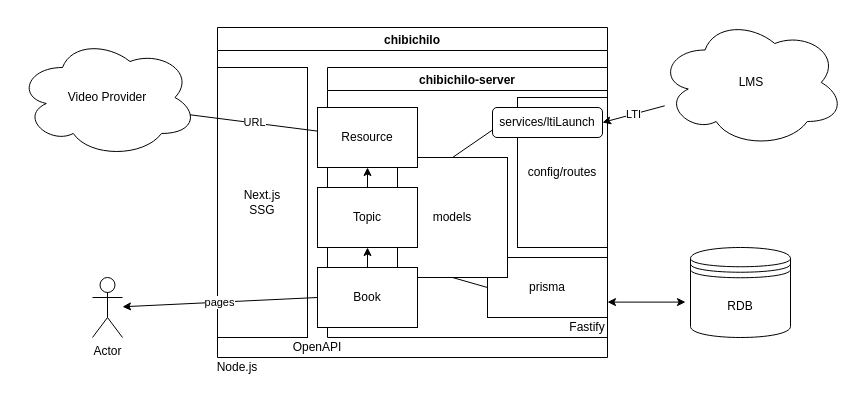
Earlier version of the draw.io diagram docs/assets/arch.drawio (npocccties/chibichilo). Source tidied: cells renumbered, new cells numbered last; positions are measured from the earlier drawing's top-left corner, leaving out a move shared by most shapes. Both pictures are drawn from the tidied source at 100%, with x=0, y=0 at pixel (17, 17).
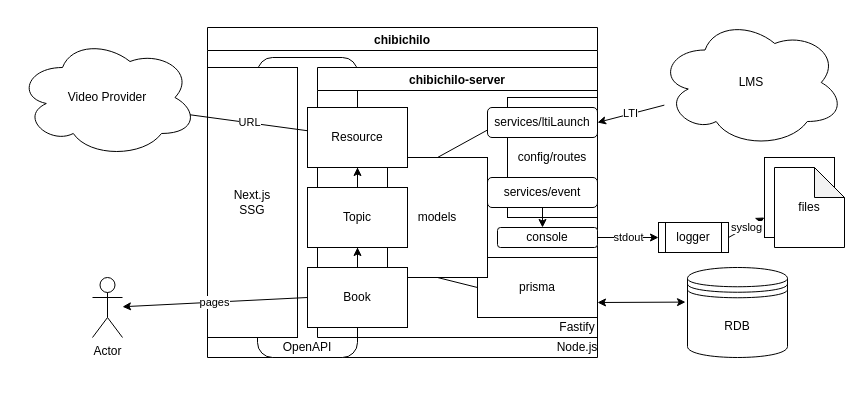
The same page after the edit.

Commit message (it also covers changes not shown here):
docs: 構成図にログ出力機構の追加

The change refers to these unchanged cells:
```xml
<mxCell id="5" value="chibichilo-server" style="swimlane;" parent="3" vertex="1">
  <mxGeometry x="110" y="40" width="280" height="270" as="geometry" />
</mxCell>
<mxCell id="7" value="prisma" style="rounded=0;whiteSpace=wrap;html=1;" parent="5" vertex="1">
  <mxGeometry x="160" y="190" width="120" height="60" as="geometry" />
</mxCell>
```

The edit, as a diff of the source:
```diff
@@
     <mxCell id="2" value="RDB" style="shape=datastore;whiteSpace=wrap;html=1;" parent="1" vertex="1">
-      <mxGeometry x="673" y="230" width="100" height="90" as="geometry" />
+      <mxGeometry x="670" y="250" width="100" height="90" as="geometry" />
     </mxCell>
     <mxCell id="3" value="chibichilo" style="swimlane;" parent="1" vertex="1">
-      <mxGeometry x="200" y="10" width="390" height="330" as="geometry" />
+      <mxGeometry x="190" y="10" width="390" height="330" as="geometry" />
     </mxCell>
+    <mxCell id="27" style="rounded=1;whiteSpace=wrap;html=1;" parent="3" vertex="1">
+      <mxGeometry x="50" y="30" width="100" height="300" as="geometry" />
+    </mxCell>
+    <mxCell id="18" value="OpenAPI" style="text;html=1;strokeColor=none;fillColor=none;align=center;verticalAlign=middle;whiteSpace=wrap;rounded=0;" parent="3" vertex="1">
+      <mxGeometry x="80" y="310" width="40" height="20" as="geometry" />
+    </mxCell>
+    <mxCell id="22" value="Node.js" style="text;html=1;strokeColor=none;fillColor=none;align=center;verticalAlign=middle;whiteSpace=wrap;rounded=0;" parent="3" vertex="1">
+      <mxGeometry x="350" y="310" width="40" height="20" as="geometry" />
+    </mxCell>
@@
     <mxCell id="6" value="config/routes" style="rounded=0;whiteSpace=wrap;html=1;" parent="5" vertex="1">
-      <mxGeometry x="190" y="30" width="90" height="150" as="geometry" />
+      <mxGeometry x="190" y="30" width="90" height="120" as="geometry" />
     </mxCell>
@@
-    <mxCell id="8" value="models" style="rounded=0;whiteSpace=wrap;html=1;" parent="5" vertex="1">
-      <mxGeometry x="70" y="90" width="110" height="120" as="geometry" />
-    </mxCell>
     <mxCell id="9" value="services/ltiLaunch" style="rounded=1;whiteSpace=wrap;html=1;" parent="5" vertex="1">
-      <mxGeometry x="165" y="40" width="110" height="30" as="geometry" />
+      <mxGeometry x="170" y="40" width="110" height="30" as="geometry" />
     </mxCell>
@@
-    <mxCell id="11" value="Resource" style="rounded=0;whiteSpace=wrap;html=1;" parent="5" vertex="1">
-      <mxGeometry x="-10" y="40" width="100" height="60" as="geometry" />
-    </mxCell>
@@
-    <mxCell id="13" value="Topic" style="rounded=0;whiteSpace=wrap;html=1;" parent="5" vertex="1">
-      <mxGeometry x="-10" y="120" width="100" height="60" as="geometry" />
-    </mxCell>
@@
-    <mxCell id="15" value="Book" style="rounded=0;whiteSpace=wrap;html=1;" parent="5" vertex="1">
-      <mxGeometry x="-10" y="200" width="100" height="60" as="geometry" />
-    </mxCell>
@@
-    <mxCell id="18" value="OpenAPI" style="text;html=1;strokeColor=none;fillColor=none;align=center;verticalAlign=middle;whiteSpace=wrap;rounded=0;" parent="3" vertex="1">
-      <mxGeometry x="80" y="310" width="40" height="20" as="geometry" />
-    </mxCell>
+    <mxCell id="28" value="console" style="rounded=1;whiteSpace=wrap;html=1;" parent="5" vertex="1">
+      <mxGeometry x="180" y="160" width="100" height="20" as="geometry" />
+    </mxCell>
+    <mxCell id="29" value="services/event" style="rounded=1;whiteSpace=wrap;html=1;" parent="5" vertex="1">
+      <mxGeometry x="170" y="110" width="110" height="30" as="geometry" />
+    </mxCell>
+    <mxCell id="8" value="models" style="rounded=0;whiteSpace=wrap;html=1;" parent="5" vertex="1">
+      <mxGeometry x="70" y="90" width="100" height="120" as="geometry" />
+    </mxCell>
+    <mxCell id="11" value="Resource" style="rounded=0;whiteSpace=wrap;html=1;" parent="5" vertex="1">
+      <mxGeometry x="-10" y="40" width="100" height="60" as="geometry" />
+    </mxCell>
+    <mxCell id="13" value="Topic" style="rounded=0;whiteSpace=wrap;html=1;" parent="5" vertex="1">
+      <mxGeometry x="-10" y="120" width="100" height="60" as="geometry" />
+    </mxCell>
+    <mxCell id="15" value="Book" style="rounded=0;whiteSpace=wrap;html=1;" parent="5" vertex="1">
+      <mxGeometry x="-10" y="200" width="100" height="60" as="geometry" />
+    </mxCell>
+    <mxCell id="30" style="endArrow=classic;html=1;entryX=0.45;entryY=0;entryDx=0;entryDy=0;entryPerimeter=0;" parent="5" edge="1" source="29" target="28">
+      <mxGeometry relative="1" as="geometry" />
+    </mxCell>
@@
-    <mxCell id="20" style="endArrow=classic;startArrow=classic;html=1;" parent="1" edge="1">
+    <mxCell id="20" style="endArrow=classic;startArrow=classic;html=1;exitX=1;exitY=0.75;exitDx=0;exitDy=0;" parent="1" edge="1" source="7">
       <mxGeometry relative="1" as="geometry">
-        <mxPoint x="590" y="284.6" as="sourcePoint" />
         <mxPoint x="668" y="284.6" as="targetPoint" />
       </mxGeometry>
     </mxCell>
@@
-    <mxCell id="22" value="Node.js" style="text;html=1;strokeColor=none;fillColor=none;align=center;verticalAlign=middle;whiteSpace=wrap;rounded=0;" parent="1" vertex="1">
-      <mxGeometry x="200" y="340" width="40" height="20" as="geometry" />
-    </mxCell>
@@
+    <mxCell id="31" style="group;" parent="1" vertex="1">
+      <mxGeometry x="747" y="140" width="80" height="90" as="geometry" />
+    </mxCell>
+    <mxCell id="32" style="rounded=0;whiteSpace=wrap;html=1;" parent="31" vertex="1">
+      <mxGeometry width="70" height="80" as="geometry" />
+    </mxCell>
+    <mxCell id="33" value="files" style="shape=note;whiteSpace=wrap;html=1;backgroundOutline=1;darkOpacity=0.05;" parent="31" vertex="1">
+      <mxGeometry x="10" y="10" width="70" height="80" as="geometry" />
+    </mxCell>
+    <mxCell id="34" value="logger" style="shape=process;whiteSpace=wrap;html=1;backgroundOutline=1;" parent="1" vertex="1">
+      <mxGeometry x="641" y="205" width="70" height="30" as="geometry" />
+    </mxCell>
+    <mxCell id="35" value="stdout" style="endArrow=classic;html=1;entryX=0;entryY=0.5;entryDx=0;entryDy=0;" parent="1" edge="1" source="28" target="34">
+      <mxGeometry relative="1" as="geometry" />
+    </mxCell>
+    <mxCell id="36" value="syslog" style="endArrow=classic;html=1;exitX=1;exitY=0.5;exitDx=0;exitDy=0;entryX=0;entryY=0.75;entryDx=0;entryDy=0;" parent="1" edge="1" source="34" target="32">
+      <mxGeometry relative="1" as="geometry" />
+    </mxCell>
```
